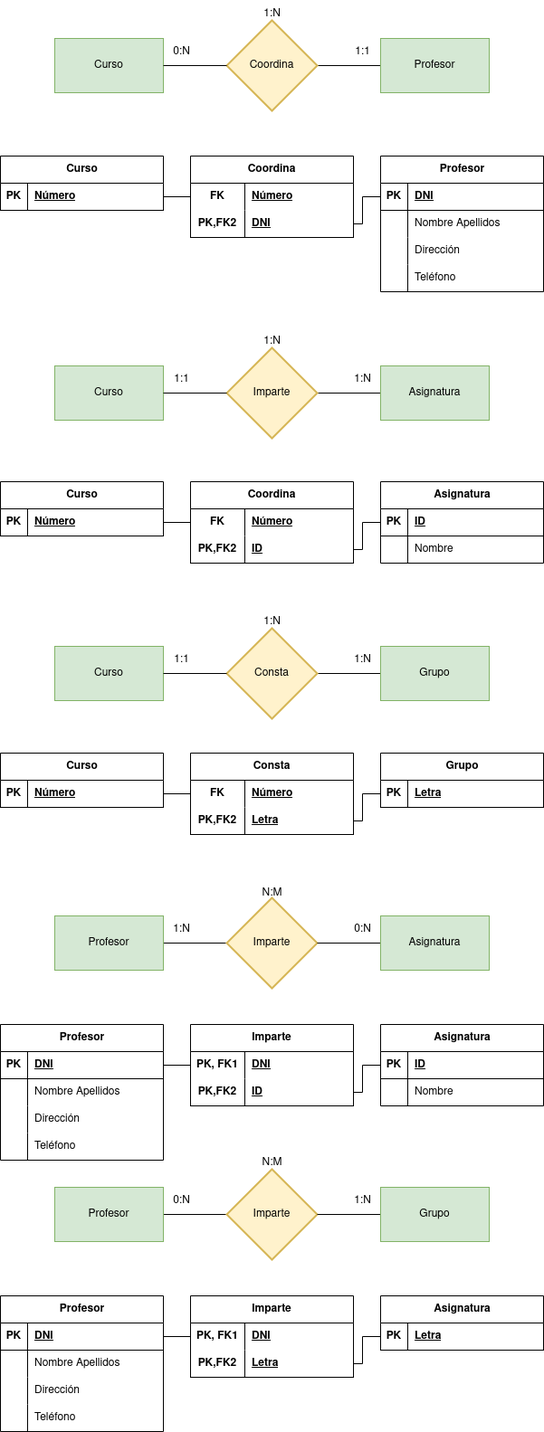
The draw.io diagram tareas 1/Ejercicio calificable docente (MR-2).drawio.png in GermanOjeda/base-datos, before a commit. Source tidied: cells renumbered, new cells last; positions are measured from the earlier drawing's top-left corner, leaving out a move shared by most shapes.
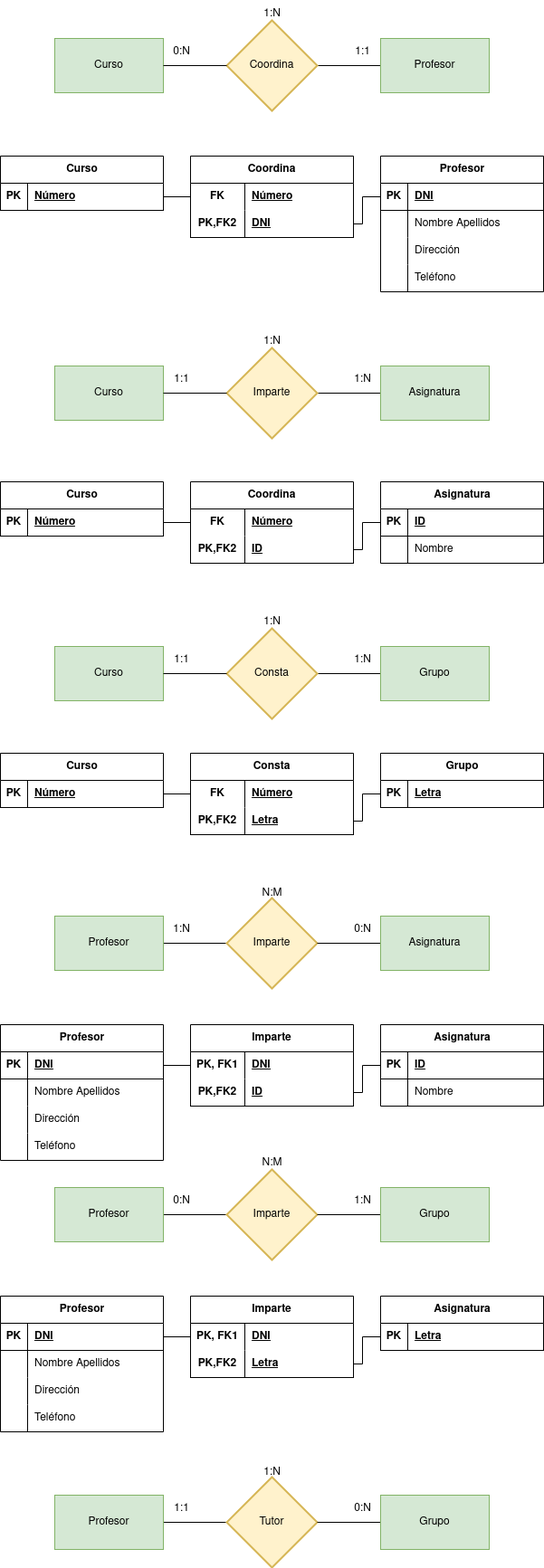
After the commit.

What changed in the source:
```diff
@@ -487,5 +487,32 @@
     <mxCell id="161" value="N:M" style="text;html=1;align=center;verticalAlign=middle;strokeColor=none;fillColor=none;" parent="1" vertex="1">
       <mxGeometry x="275" y="1270" width="50" height="30" as="geometry" />
     </mxCell>
+    <mxCell id="162" style="edgeStyle=orthogonalEdgeStyle;rounded=0;jettySize=auto;html=1;endArrow=none;endFill=0;" parent="1" edge="1" source="163" target="164">
+      <mxGeometry relative="1" as="geometry" />
+    </mxCell>
+    <mxCell id="163" value="Profesor" style="rounded=0;whiteSpace=wrap;html=1;fillColor=#d5e8d4;strokeColor=#82b366;" parent="1" vertex="1">
+      <mxGeometry x="60" y="1652" width="120" height="60" as="geometry" />
+    </mxCell>
+    <mxCell id="164" value="Tutor" style="strokeWidth=2;html=1;shape=mxgraph.flowchart.decision;whiteSpace=wrap;fillColor=#fff2cc;strokeColor=#d6b656;" parent="1" vertex="1">
+      <mxGeometry x="250" y="1632" width="100" height="100" as="geometry" />
+    </mxCell>
+    <mxCell id="165" style="edgeStyle=orthogonalEdgeStyle;rounded=0;jettySize=auto;html=1;endArrow=none;endFill=0;" parent="1" edge="1" source="166" target="164">
+      <mxGeometry relative="1" as="geometry" />
+    </mxCell>
+    <mxCell id="166" value="Grupo" style="rounded=0;whiteSpace=wrap;html=1;fillColor=#d5e8d4;strokeColor=#82b366;" parent="1" vertex="1">
+      <mxGeometry x="420" y="1652" width="120" height="60" as="geometry" />
+    </mxCell>
+    <mxCell id="167" value="1:1" style="text;html=1;align=center;verticalAlign=middle;strokeColor=none;fillColor=none;" parent="1" vertex="1">
+      <mxGeometry x="180" y="1652" width="40" height="30" as="geometry" />
+    </mxCell>
+    <mxCell id="168" value="0:N" style="text;html=1;align=center;verticalAlign=middle;strokeColor=none;fillColor=none;" parent="1" vertex="1">
+      <mxGeometry x="380" y="1652" width="40" height="30" as="geometry" />
+    </mxCell>
+    <mxCell id="169" value="Profesor" style="rounded=0;whiteSpace=wrap;html=1;fillColor=#d5e8d4;strokeColor=#82b366;" parent="1" vertex="1">
+      <mxGeometry x="60" y="1652" width="120" height="60" as="geometry" />
+    </mxCell>
+    <mxCell id="170" value="1:N" style="text;html=1;align=center;verticalAlign=middle;strokeColor=none;fillColor=none;" parent="1" vertex="1">
+      <mxGeometry x="280" y="1612" width="40" height="30" as="geometry" />
+    </mxCell>
   </root>
 </mxGraphModel>
```
